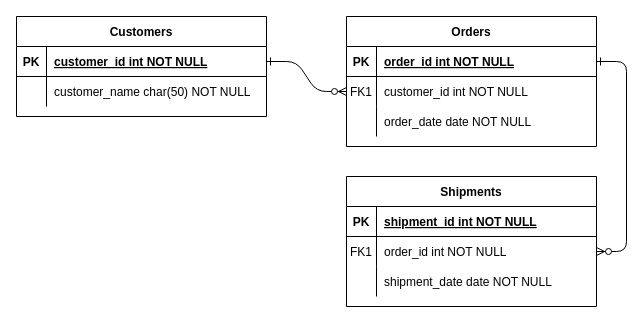
NotNanetteKaye/EntityDiagram keeps this draw.io diagram as Untitled Diagram.drawio. Above is the earlier version. Source tidied: cells renumbered, new cells numbered last; positions are measured from the earlier drawing's top-left corner, leaving out a move shared by most shapes. Both pictures are drawn from the tidied source at 100%, with x=0, y=0 at pixel (16, 16).
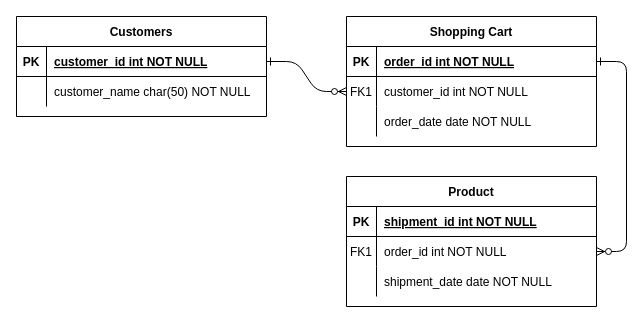
Above is the later version.

Commit message:
created Customer, Shopping Cart, and Product Tables

Diff of the diagram source:
```diff
@@
-    <mxCell id="4" value="Orders" style="shape=table;startSize=30;childLayout=tableLayout;rowLines=0;fontStyle=1;align=center;" parent="1" vertex="1">
+    <mxCell id="4" value="Shopping Cart" style="shape=table;startSize=30;childLayout=tableLayout;rowLines=0;fontStyle=1;align=center;" parent="1" vertex="1">
       <mxGeometry x="330" width="250" height="130" as="geometry" />
     </mxCell>
@@
-    <mxCell id="14" value="Shipments" style="shape=table;startSize=30;childLayout=tableLayout;rowLines=0;fontStyle=1;align=center;" parent="1" vertex="1">
+    <mxCell id="14" value="Product" style="shape=table;startSize=30;childLayout=tableLayout;rowLines=0;fontStyle=1;align=center;" parent="1" vertex="1">
       <mxGeometry x="330" y="160" width="250" height="130" as="geometry" />
     </mxCell>
```
